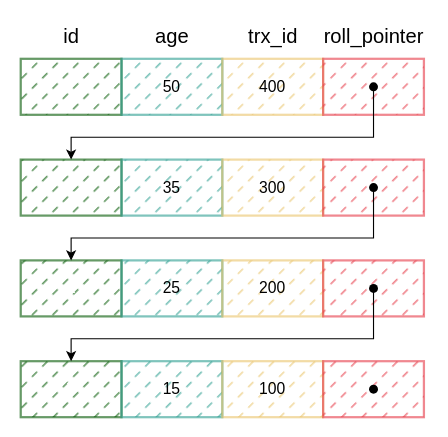
This is page "mysql-mvcc-undolog" (3 of 12) of mysql/mysql.drawio from boilingfrog/Go-POINT, a draw.io file, before an edit. Source tidied: cells renumbered, new cells numbered last; positions are measured from the earlier drawing's top-left corner, leaving out a move shared by most shapes. Both pictures are drawn from the tidied source at 112%, with x=0, y=0 at pixel (20, 19).
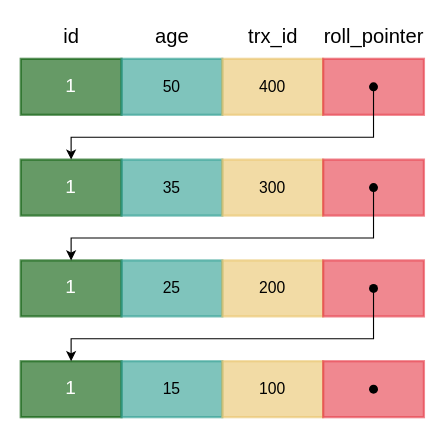
After the change.

The edit, as a diff of the source:
```diff
@@
-    <mxCell id="2" value="&lt;font style=&quot;font-size: 17px&quot;&gt;1&lt;/font&gt;" style="rounded=0;whiteSpace=wrap;html=1;fillStyle=dashed;fontSize=14;strokeColor=#005700;strokeWidth=2;fillColor=#005700;fontColor=#ffffff;opacity=60;" parent="1" vertex="1">
+    <mxCell id="2" value="&lt;font style=&quot;font-size: 17px&quot;&gt;1&lt;/font&gt;" style="rounded=0;whiteSpace=wrap;html=1;fillStyle=auto;fontSize=14;strokeColor=#005700;strokeWidth=2;fillColor=#005700;fontColor=#ffffff;opacity=60;" parent="1" vertex="1">
       <mxGeometry y="35" width="90" height="50" as="geometry" />
     </mxCell>
-    <mxCell id="3" value="50" style="rounded=0;whiteSpace=wrap;html=1;fillStyle=dashed;fontSize=14;strokeColor=#2A9D8F;strokeWidth=2;fillColor=#2A9D8F;opacity=60;" parent="1" vertex="1">
+    <mxCell id="3" value="50" style="rounded=0;whiteSpace=wrap;html=1;fillStyle=auto;fontSize=14;strokeColor=#2A9D8F;strokeWidth=2;fillColor=#2A9D8F;opacity=60;" parent="1" vertex="1">
       <mxGeometry x="90" y="35" width="90" height="50" as="geometry" />
     </mxCell>
-    <mxCell id="4" value="400" style="rounded=0;whiteSpace=wrap;html=1;fillStyle=dashed;fontSize=14;strokeColor=#E9C46A;strokeWidth=2;fillColor=#E9C46A;opacity=60;" parent="1" vertex="1">
+    <mxCell id="4" value="400" style="rounded=0;whiteSpace=wrap;html=1;fillStyle=auto;fontSize=14;strokeColor=#E9C46A;strokeWidth=2;fillColor=#E9C46A;opacity=60;" parent="1" vertex="1">
       <mxGeometry x="180" y="35" width="90" height="50" as="geometry" />
     </mxCell>
-    <mxCell id="5" style="rounded=0;whiteSpace=wrap;html=1;fillStyle=dashed;fontSize=14;strokeColor=#E63946;strokeWidth=2;fillColor=#E63946;opacity=60;" parent="1" vertex="1">
+    <mxCell id="5" style="rounded=0;whiteSpace=wrap;html=1;fillStyle=auto;fontSize=14;strokeColor=#E63946;strokeWidth=2;fillColor=#E63946;opacity=60;" parent="1" vertex="1">
       <mxGeometry x="270" y="35" width="90" height="50" as="geometry" />
     </mxCell>
@@
-    <mxCell id="10" value="&lt;font style=&quot;font-size: 17px&quot;&gt;1&lt;/font&gt;" style="rounded=0;whiteSpace=wrap;html=1;fillStyle=dashed;fontSize=14;strokeColor=#005700;strokeWidth=2;fillColor=#005700;fontColor=#ffffff;opacity=60;" parent="1" vertex="1">
+    <mxCell id="10" value="&lt;font style=&quot;font-size: 17px&quot;&gt;1&lt;/font&gt;" style="rounded=0;whiteSpace=wrap;html=1;fillStyle=auto;fontSize=14;strokeColor=#005700;strokeWidth=2;fillColor=#005700;fontColor=#ffffff;opacity=60;" parent="1" vertex="1">
       <mxGeometry y="125" width="90" height="50" as="geometry" />
     </mxCell>
-    <mxCell id="11" value="35" style="rounded=0;whiteSpace=wrap;html=1;fillStyle=dashed;fontSize=14;strokeColor=#2A9D8F;strokeWidth=2;fillColor=#2A9D8F;opacity=60;" parent="1" vertex="1">
+    <mxCell id="11" value="35" style="rounded=0;whiteSpace=wrap;html=1;fillStyle=auto;fontSize=14;strokeColor=#2A9D8F;strokeWidth=2;fillColor=#2A9D8F;opacity=60;" parent="1" vertex="1">
       <mxGeometry x="90" y="125" width="90" height="50" as="geometry" />
     </mxCell>
-    <mxCell id="12" value="300" style="rounded=0;whiteSpace=wrap;html=1;fillStyle=dashed;fontSize=14;strokeColor=#E9C46A;strokeWidth=2;fillColor=#E9C46A;opacity=60;" parent="1" vertex="1">
+    <mxCell id="12" value="300" style="rounded=0;whiteSpace=wrap;html=1;fillStyle=auto;fontSize=14;strokeColor=#E9C46A;strokeWidth=2;fillColor=#E9C46A;opacity=60;" parent="1" vertex="1">
       <mxGeometry x="180" y="125" width="90" height="50" as="geometry" />
     </mxCell>
-    <mxCell id="13" style="rounded=0;whiteSpace=wrap;html=1;fillStyle=dashed;fontSize=14;strokeColor=#E63946;strokeWidth=2;fillColor=#E63946;opacity=60;" parent="1" vertex="1">
+    <mxCell id="13" style="rounded=0;whiteSpace=wrap;html=1;fillStyle=auto;fontSize=14;strokeColor=#E63946;strokeWidth=2;fillColor=#E63946;opacity=60;" parent="1" vertex="1">
       <mxGeometry x="270" y="125" width="90" height="50" as="geometry" />
     </mxCell>
-    <mxCell id="14" value="&lt;font style=&quot;font-size: 17px&quot;&gt;1&lt;/font&gt;" style="rounded=0;whiteSpace=wrap;html=1;fillStyle=dashed;fontSize=14;strokeColor=#005700;strokeWidth=2;fillColor=#005700;fontColor=#ffffff;opacity=60;" parent="1" vertex="1">
+    <mxCell id="14" value="&lt;font style=&quot;font-size: 17px&quot;&gt;1&lt;/font&gt;" style="rounded=0;whiteSpace=wrap;html=1;fillStyle=auto;fontSize=14;strokeColor=#005700;strokeWidth=2;fillColor=#005700;fontColor=#ffffff;opacity=60;" parent="1" vertex="1">
       <mxGeometry y="215" width="90" height="50" as="geometry" />
     </mxCell>
-    <mxCell id="15" value="25" style="rounded=0;whiteSpace=wrap;html=1;fillStyle=dashed;fontSize=14;strokeColor=#2A9D8F;strokeWidth=2;fillColor=#2A9D8F;opacity=60;" parent="1" vertex="1">
+    <mxCell id="15" value="25" style="rounded=0;whiteSpace=wrap;html=1;fillStyle=auto;fontSize=14;strokeColor=#2A9D8F;strokeWidth=2;fillColor=#2A9D8F;opacity=60;" parent="1" vertex="1">
       <mxGeometry x="90" y="215" width="90" height="50" as="geometry" />
     </mxCell>
-    <mxCell id="16" value="200" style="rounded=0;whiteSpace=wrap;html=1;fillStyle=dashed;fontSize=14;strokeColor=#E9C46A;strokeWidth=2;fillColor=#E9C46A;opacity=60;" parent="1" vertex="1">
+    <mxCell id="16" value="200" style="rounded=0;whiteSpace=wrap;html=1;fillStyle=auto;fontSize=14;strokeColor=#E9C46A;strokeWidth=2;fillColor=#E9C46A;opacity=60;" parent="1" vertex="1">
       <mxGeometry x="180" y="215" width="90" height="50" as="geometry" />
     </mxCell>
-    <mxCell id="17" style="rounded=0;whiteSpace=wrap;html=1;fillStyle=dashed;fontSize=14;strokeColor=#E63946;strokeWidth=2;fillColor=#E63946;opacity=60;" parent="1" vertex="1">
+    <mxCell id="17" style="rounded=0;whiteSpace=wrap;html=1;fillStyle=auto;fontSize=14;strokeColor=#E63946;strokeWidth=2;fillColor=#E63946;opacity=60;" parent="1" vertex="1">
       <mxGeometry x="270" y="215" width="90" height="50" as="geometry" />
     </mxCell>
-    <mxCell id="18" value="&lt;font style=&quot;font-size: 17px&quot;&gt;1&lt;/font&gt;" style="rounded=0;whiteSpace=wrap;html=1;fillStyle=dashed;fontSize=14;strokeColor=#005700;strokeWidth=2;fillColor=#005700;fontColor=#ffffff;opacity=60;" parent="1" vertex="1">
+    <mxCell id="18" value="&lt;font style=&quot;font-size: 17px&quot;&gt;1&lt;/font&gt;" style="rounded=0;whiteSpace=wrap;html=1;fillStyle=auto;fontSize=14;strokeColor=#005700;strokeWidth=2;fillColor=#005700;fontColor=#ffffff;opacity=60;" parent="1" vertex="1">
       <mxGeometry y="305" width="90" height="50" as="geometry" />
     </mxCell>
-    <mxCell id="19" value="15" style="rounded=0;whiteSpace=wrap;html=1;fillStyle=dashed;fontSize=14;strokeColor=#2A9D8F;strokeWidth=2;fillColor=#2A9D8F;opacity=60;" parent="1" vertex="1">
+    <mxCell id="19" value="15" style="rounded=0;whiteSpace=wrap;html=1;fillStyle=auto;fontSize=14;strokeColor=#2A9D8F;strokeWidth=2;fillColor=#2A9D8F;opacity=60;" parent="1" vertex="1">
       <mxGeometry x="90" y="305" width="90" height="50" as="geometry" />
     </mxCell>
-    <mxCell id="20" value="100" style="rounded=0;whiteSpace=wrap;html=1;fillStyle=dashed;fontSize=14;strokeColor=#E9C46A;strokeWidth=2;fillColor=#E9C46A;opacity=60;" parent="1" vertex="1">
+    <mxCell id="20" value="100" style="rounded=0;whiteSpace=wrap;html=1;fillStyle=auto;fontSize=14;strokeColor=#E9C46A;strokeWidth=2;fillColor=#E9C46A;opacity=60;" parent="1" vertex="1">
       <mxGeometry x="180" y="305" width="90" height="50" as="geometry" />
     </mxCell>
-    <mxCell id="21" style="rounded=0;whiteSpace=wrap;html=1;fillStyle=dashed;fontSize=14;strokeColor=#E63946;strokeWidth=2;fillColor=#E63946;opacity=60;" parent="1" vertex="1">
+    <mxCell id="21" style="rounded=0;whiteSpace=wrap;html=1;fillStyle=auto;fontSize=14;strokeColor=#E63946;strokeWidth=2;fillColor=#E63946;opacity=60;" parent="1" vertex="1">
       <mxGeometry x="270" y="305" width="90" height="50" as="geometry" />
     </mxCell>
```
